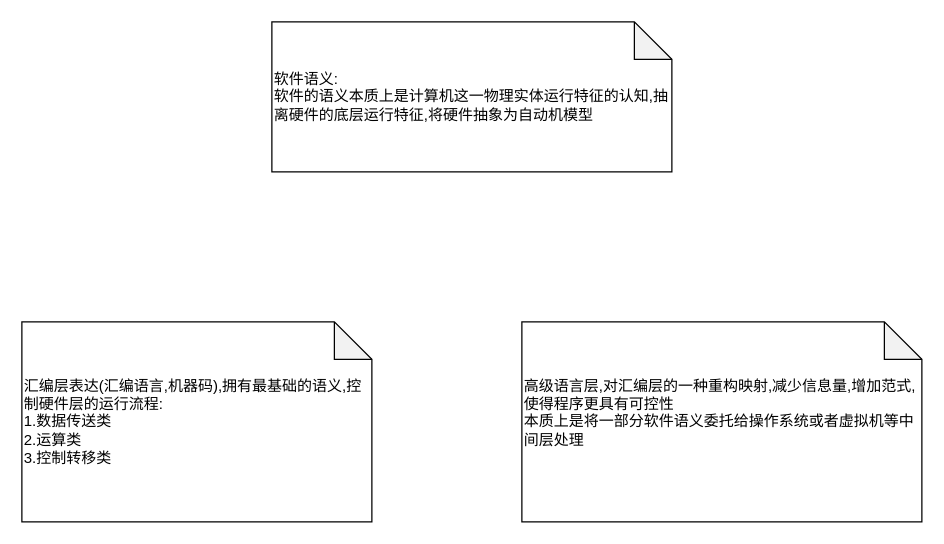
Before: page "软件语言" (5 of 7) of base_model/实体和语言.drawio in cyxm/CodeGenerator, a draw.io diagram. Source tidied: cells renumbered, new cells numbered last; positions are measured from the earlier drawing's top-left corner, leaving out a move shared by most shapes. Both pictures are drawn from the tidied source at 125%, with x=0, y=0 at pixel (21, 21).
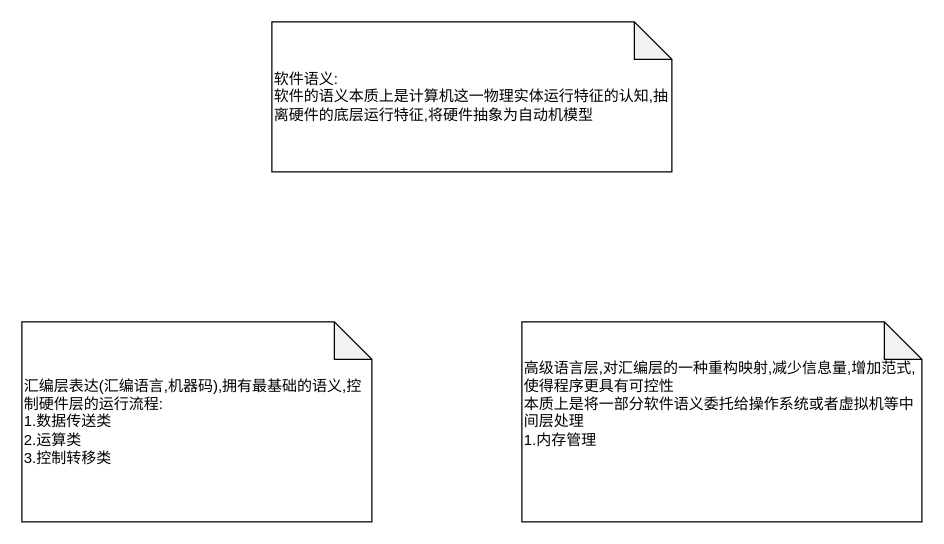
After the change.

Commit message:
更新实体和语言.drawio

The edit, as a diff of the source:
```diff
@@
 <mxGraphModel>
   <root>
     <mxCell id="0" />
     <mxCell id="1" parent="0" />
     <mxCell id="2" value="&lt;div&gt;汇编层表达(汇编语言,机器码),拥有最基础的语义,控制硬件层的运行流程:&lt;/div&gt;&lt;div&gt;1.数据传送类&lt;/div&gt;&lt;div&gt;2.运算类&lt;/div&gt;&lt;div&gt;3.控制转移类&lt;/div&gt;" style="shape=note;whiteSpace=wrap;html=1;backgroundOutline=1;darkOpacity=0.05;align=left;" parent="1" vertex="1">
       <mxGeometry y="240" width="280" height="160" as="geometry" />
     </mxCell>
-    <mxCell id="3" value="&lt;div&gt;高级语言层,对汇编层的一种重构映射,减少信息量,增加范式,使得程序更具有可控性&lt;/div&gt;&lt;div&gt;本质上是将一部分软件语义委托给操作系统或者虚拟机等中间层处理&lt;/div&gt;&lt;div&gt;&lt;br&gt;&lt;/div&gt;" style="shape=note;whiteSpace=wrap;html=1;backgroundOutline=1;darkOpacity=0.05;align=left;" parent="1" vertex="1">
+    <mxCell id="3" value="&lt;div&gt;高级语言层,对汇编层的一种重构映射,减少信息量,增加范式,使得程序更具有可控性&lt;/div&gt;&lt;div&gt;本质上是将一部分软件语义委托给操作系统或者虚拟机等中间层处理&lt;/div&gt;&lt;div&gt;1.内存管理&lt;/div&gt;&lt;div&gt;&lt;br&gt;&lt;/div&gt;&lt;div&gt;&lt;br&gt;&lt;/div&gt;" style="shape=note;whiteSpace=wrap;html=1;backgroundOutline=1;darkOpacity=0.05;align=left;" parent="1" vertex="1">
       <mxGeometry x="400" y="240" width="320" height="160" as="geometry" />
     </mxCell>
     <mxCell id="4" value="&lt;div&gt;软件语义:&lt;/div&gt;&lt;div&gt;软件的语义本质上是计算机这一物理实体运行特征的认知,抽离硬件的底层运行特征,将硬件抽象为自动机模型&lt;/div&gt;" style="shape=note;whiteSpace=wrap;html=1;backgroundOutline=1;darkOpacity=0.05;align=left;" parent="1" vertex="1">
       <mxGeometry x="200" width="320" height="120" as="geometry" />
     </mxCell>
   </root>
 </mxGraphModel>
```
